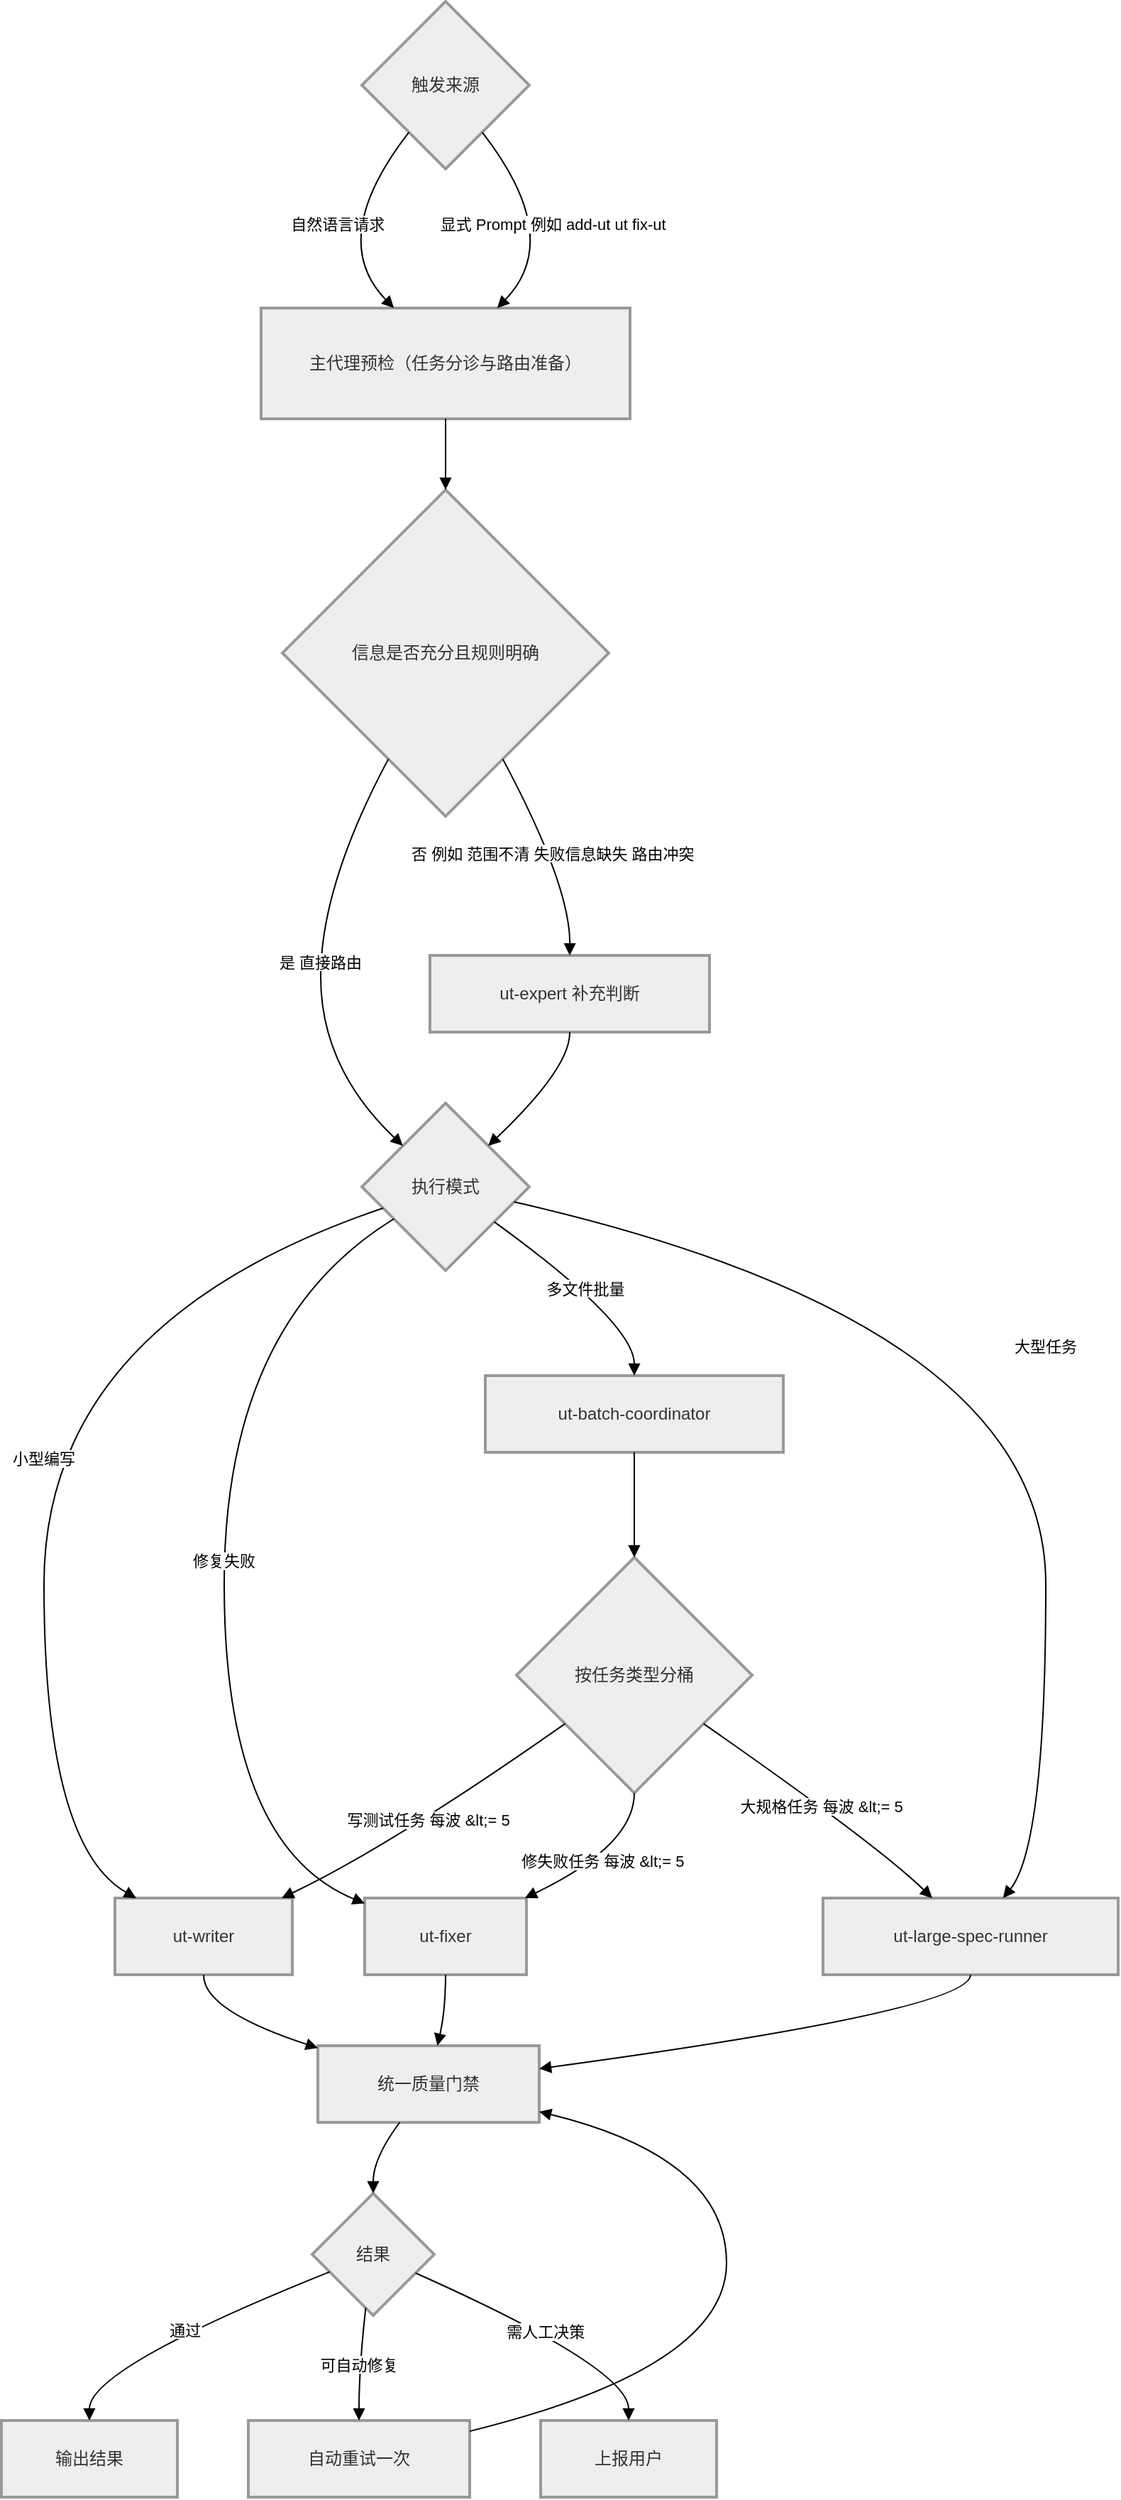
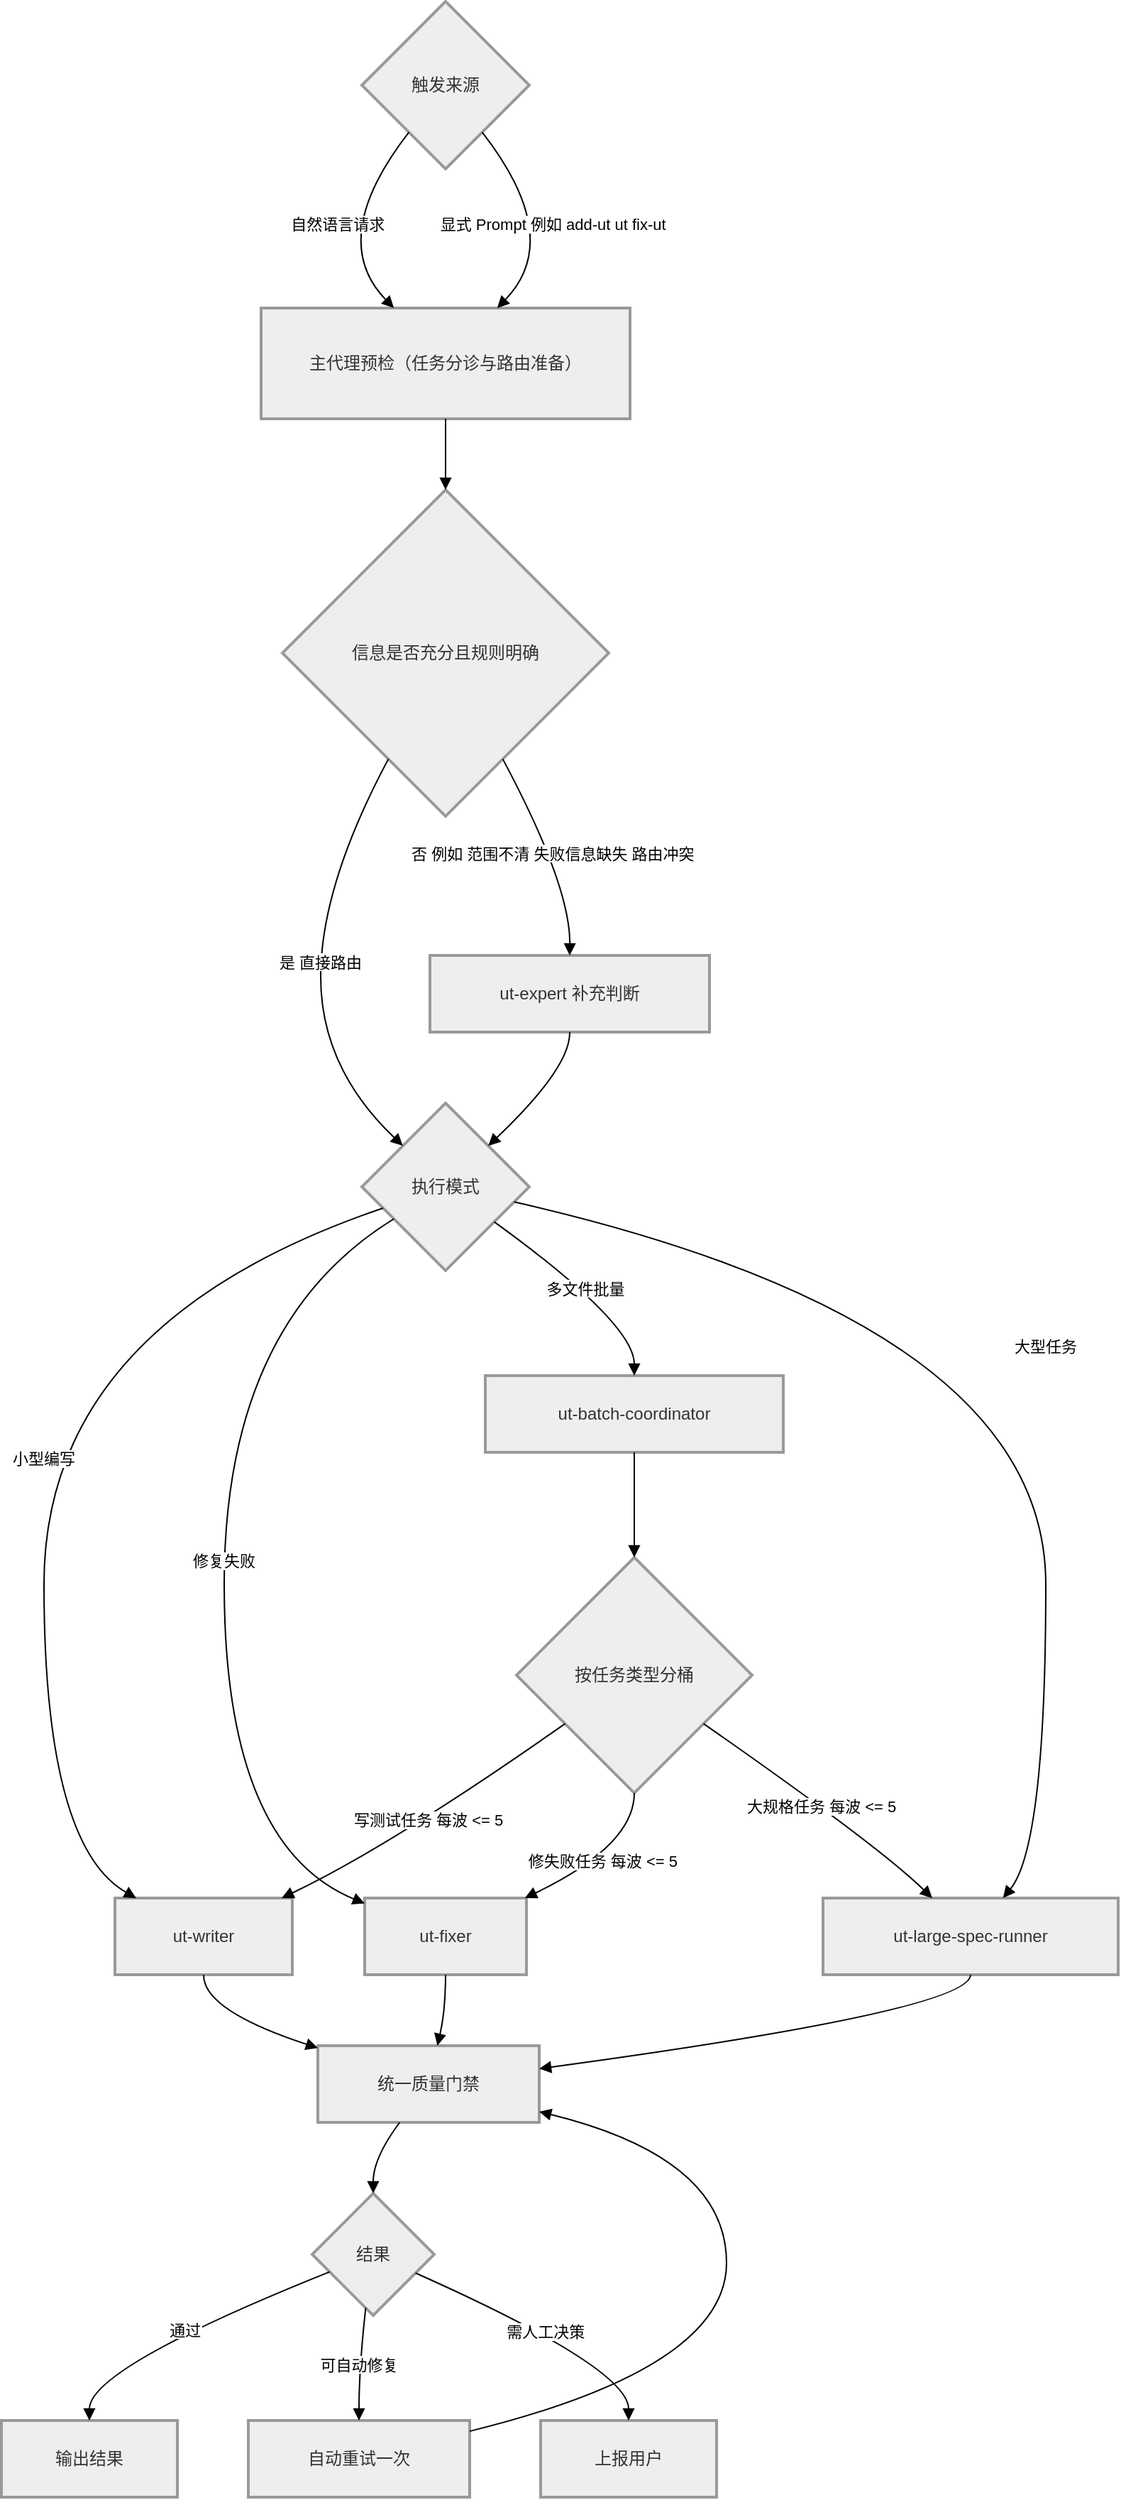
<mxfile host="app.diagrams.net" agent="Mozilla/5.0 (Macintosh; Intel Mac OS X 10_15_7) AppleWebKit/537.36 (KHTML, like Gecko) Chrome/143.0.0.0 Safari/537.36">
  <diagram name="Internal Redirect Flow" id="2J3nkDJ7qeHvC5NDcAtH">
-     <mxGraphModel dx="1417" dy="701" grid="1" gridSize="10" guides="1" tooltips="1" connect="1" arrows="1" fold="1" page="1" pageScale="1" pageWidth="690" pageHeight="980" math="0" shadow="0">
+     <mxGraphModel dx="843" dy="490" grid="1" gridSize="10" guides="1" tooltips="1" connect="1" arrows="1" fold="1" page="1" pageScale="1" pageWidth="690" pageHeight="980" math="0" shadow="0">
      <root>
        <mxCell id="0" />
        <mxCell id="1" parent="0" />
        <mxCell id="_7TBvk8bXRR_RoxJOAMt-134" parent="1" style="rhombus;strokeWidth=2;whiteSpace=wrap;fillColor=light-dark(#eeeeee,#1f2020);strokeColor=light-dark(#999999,#cccccc);fontColor=light-dark(#333333,#cccccc);" value="触发来源" vertex="1">
          <mxGeometry height="118" width="118" x="304" y="810" as="geometry" />
        </mxCell>
        <mxCell id="_7TBvk8bXRR_RoxJOAMt-135" parent="1" style="whiteSpace=wrap;strokeWidth=2;fillColor=light-dark(#eeeeee,#1f2020);strokeColor=light-dark(#999999,#cccccc);fontColor=light-dark(#333333,#cccccc);" value="主代理预检（任务分诊与路由准备）" vertex="1">
          <mxGeometry height="78" width="260" x="233" y="1026" as="geometry" />
        </mxCell>
        <mxCell id="_7TBvk8bXRR_RoxJOAMt-136" parent="1" style="rhombus;strokeWidth=2;whiteSpace=wrap;fillColor=light-dark(#eeeeee,#1f2020);strokeColor=light-dark(#999999,#cccccc);fontColor=light-dark(#333333,#cccccc);" value="信息是否充分且规则明确" vertex="1">
          <mxGeometry height="230" width="230" x="248" y="1154" as="geometry" />
        </mxCell>
        <mxCell id="_7TBvk8bXRR_RoxJOAMt-137" parent="1" style="rhombus;strokeWidth=2;whiteSpace=wrap;fillColor=light-dark(#eeeeee,#1f2020);strokeColor=light-dark(#999999,#cccccc);fontColor=light-dark(#333333,#cccccc);" value="执行模式" vertex="1">
          <mxGeometry height="118" width="118" x="304" y="1586" as="geometry" />
        </mxCell>
        <mxCell id="_7TBvk8bXRR_RoxJOAMt-138" parent="1" style="whiteSpace=wrap;strokeWidth=2;fillColor=light-dark(#eeeeee,#1f2020);strokeColor=light-dark(#999999,#cccccc);fontColor=light-dark(#333333,#cccccc);" value="ut-expert 补充判断" vertex="1">
          <mxGeometry height="54" width="197" x="352" y="1482" as="geometry" />
        </mxCell>
        <mxCell id="_7TBvk8bXRR_RoxJOAMt-139" parent="1" style="whiteSpace=wrap;strokeWidth=2;fillColor=light-dark(#eeeeee,#1f2020);strokeColor=light-dark(#999999,#cccccc);fontColor=light-dark(#333333,#cccccc);" value="ut-writer" vertex="1">
          <mxGeometry height="54" width="125" x="130" y="2146" as="geometry" />
        </mxCell>
        <mxCell id="_7TBvk8bXRR_RoxJOAMt-140" parent="1" style="whiteSpace=wrap;strokeWidth=2;fillColor=light-dark(#eeeeee,#1f2020);strokeColor=light-dark(#999999,#cccccc);fontColor=light-dark(#333333,#cccccc);" value="ut-fixer" vertex="1">
          <mxGeometry height="54" width="114" x="306" y="2146" as="geometry" />
        </mxCell>
        <mxCell id="_7TBvk8bXRR_RoxJOAMt-141" parent="1" style="whiteSpace=wrap;strokeWidth=2;fillColor=light-dark(#eeeeee,#1f2020);strokeColor=light-dark(#999999,#cccccc);fontColor=light-dark(#333333,#cccccc);" value="ut-batch-coordinator" vertex="1">
          <mxGeometry height="54" width="210" x="391" y="1778" as="geometry" />
        </mxCell>
        <mxCell id="_7TBvk8bXRR_RoxJOAMt-142" parent="1" style="whiteSpace=wrap;strokeWidth=2;fillColor=light-dark(#eeeeee,#1f2020);strokeColor=light-dark(#999999,#cccccc);fontColor=light-dark(#333333,#cccccc);" value="ut-large-spec-runner" vertex="1">
          <mxGeometry height="54" width="208" x="629" y="2146" as="geometry" />
        </mxCell>
        <mxCell id="_7TBvk8bXRR_RoxJOAMt-143" parent="1" style="rhombus;strokeWidth=2;whiteSpace=wrap;fillColor=light-dark(#eeeeee,#1f2020);strokeColor=light-dark(#999999,#cccccc);fontColor=light-dark(#333333,#cccccc);" value="按任务类型分桶" vertex="1">
          <mxGeometry height="166" width="166" x="413" y="1906" as="geometry" />
        </mxCell>
        <mxCell id="_7TBvk8bXRR_RoxJOAMt-144" parent="1" style="whiteSpace=wrap;strokeWidth=2;fillColor=light-dark(#eeeeee,#1f2020);strokeColor=light-dark(#999999,#cccccc);fontColor=light-dark(#333333,#cccccc);" value="统一质量门禁" vertex="1">
          <mxGeometry height="54" width="156" x="273" y="2250" as="geometry" />
        </mxCell>
        <mxCell id="_7TBvk8bXRR_RoxJOAMt-145" parent="1" style="rhombus;strokeWidth=2;whiteSpace=wrap;fillColor=light-dark(#eeeeee,#1f2020);strokeColor=light-dark(#999999,#cccccc);fontColor=light-dark(#333333,#cccccc);" value="结果" vertex="1">
          <mxGeometry height="86" width="86" x="269" y="2354" as="geometry" />
        </mxCell>
        <mxCell id="_7TBvk8bXRR_RoxJOAMt-146" parent="1" style="whiteSpace=wrap;strokeWidth=2;fillColor=light-dark(#eeeeee,#1f2020);strokeColor=light-dark(#999999,#cccccc);fontColor=light-dark(#333333,#cccccc);" value="输出结果" vertex="1">
          <mxGeometry height="54" width="124" x="50" y="2514" as="geometry" />
        </mxCell>
        <mxCell id="_7TBvk8bXRR_RoxJOAMt-147" parent="1" style="whiteSpace=wrap;strokeWidth=2;fillColor=light-dark(#eeeeee,#1f2020);strokeColor=light-dark(#999999,#cccccc);fontColor=light-dark(#333333,#cccccc);" value="自动重试一次" vertex="1">
          <mxGeometry height="54" width="156" x="224" y="2514" as="geometry" />
        </mxCell>
        <mxCell id="_7TBvk8bXRR_RoxJOAMt-148" parent="1" style="whiteSpace=wrap;strokeWidth=2;fillColor=light-dark(#eeeeee,#1f2020);strokeColor=light-dark(#999999,#cccccc);fontColor=light-dark(#333333,#cccccc);" value="上报用户" vertex="1">
          <mxGeometry height="54" width="124" x="430" y="2514" as="geometry" />
        </mxCell>
        <mxCell id="_7TBvk8bXRR_RoxJOAMt-149" edge="1" parent="1" source="_7TBvk8bXRR_RoxJOAMt-134" style="curved=1;startArrow=none;endArrow=block;exitX=0.11;exitY=1;entryX=0.36;entryY=0;rounded=0;" target="_7TBvk8bXRR_RoxJOAMt-135" value="自然语言请求">
          <mxGeometry relative="1" as="geometry">
            <Array as="points">
              <mxPoint x="279" y="977" />
            </Array>
          </mxGeometry>
        </mxCell>
        <mxCell id="_7TBvk8bXRR_RoxJOAMt-150" edge="1" parent="1" source="_7TBvk8bXRR_RoxJOAMt-134" style="curved=1;startArrow=none;endArrow=block;exitX=0.89;exitY=1;entryX=0.64;entryY=0;rounded=0;" target="_7TBvk8bXRR_RoxJOAMt-135" value="显式 Prompt 例如 add-ut ut fix-ut">
          <mxGeometry relative="1" as="geometry">
            <Array as="points">
              <mxPoint x="447" y="977" />
            </Array>
          </mxGeometry>
        </mxCell>
        <mxCell id="_7TBvk8bXRR_RoxJOAMt-151" edge="1" parent="1" source="_7TBvk8bXRR_RoxJOAMt-135" style="curved=1;startArrow=none;endArrow=block;exitX=0.5;exitY=1;entryX=0.5;entryY=0;rounded=0;" target="_7TBvk8bXRR_RoxJOAMt-136" value="">
          <mxGeometry relative="1" as="geometry">
            <Array as="points" />
          </mxGeometry>
        </mxCell>
        <mxCell id="_7TBvk8bXRR_RoxJOAMt-152" edge="1" parent="1" source="_7TBvk8bXRR_RoxJOAMt-136" style="curved=1;startArrow=none;endArrow=block;exitX=0.23;exitY=1;entryX=0;entryY=0.02;rounded=0;" target="_7TBvk8bXRR_RoxJOAMt-137" value="是 直接路由">
          <mxGeometry relative="1" as="geometry">
            <Array as="points">
              <mxPoint x="275" y="1433" />
              <mxPoint x="275" y="1561" />
            </Array>
          </mxGeometry>
        </mxCell>
        <mxCell id="_7TBvk8bXRR_RoxJOAMt-153" edge="1" parent="1" source="_7TBvk8bXRR_RoxJOAMt-136" style="curved=1;startArrow=none;endArrow=block;exitX=0.77;exitY=1;entryX=0.5;entryY=0;rounded=0;" target="_7TBvk8bXRR_RoxJOAMt-138" value="否 例如 范围不清 失败信息缺失 路由冲突">
          <mxGeometry relative="1" as="geometry">
            <Array as="points">
              <mxPoint x="451" y="1433" />
            </Array>
          </mxGeometry>
        </mxCell>
        <mxCell id="_7TBvk8bXRR_RoxJOAMt-154" edge="1" parent="1" source="_7TBvk8bXRR_RoxJOAMt-138" style="curved=1;startArrow=none;endArrow=block;exitX=0.5;exitY=1;entryX=1;entryY=0.02;rounded=0;" target="_7TBvk8bXRR_RoxJOAMt-137" value="">
          <mxGeometry relative="1" as="geometry">
            <Array as="points">
              <mxPoint x="451" y="1561" />
            </Array>
          </mxGeometry>
        </mxCell>
        <mxCell id="_7TBvk8bXRR_RoxJOAMt-155" edge="1" parent="1" source="_7TBvk8bXRR_RoxJOAMt-137" style="curved=1;startArrow=none;endArrow=block;exitX=0;exitY=0.67;entryX=0.12;entryY=0;rounded=0;" target="_7TBvk8bXRR_RoxJOAMt-139" value="小型编写">
          <mxGeometry relative="1" as="geometry">
            <Array as="points">
              <mxPoint x="80" y="1741" />
              <mxPoint x="80" y="2109" />
            </Array>
          </mxGeometry>
        </mxCell>
        <mxCell id="_7TBvk8bXRR_RoxJOAMt-156" edge="1" parent="1" source="_7TBvk8bXRR_RoxJOAMt-137" style="curved=1;startArrow=none;endArrow=block;exitX=0;exitY=0.81;entryX=0;entryY=0.07;rounded=0;" target="_7TBvk8bXRR_RoxJOAMt-140" value="修复失败">
          <mxGeometry relative="1" as="geometry">
            <Array as="points">
              <mxPoint x="207" y="1741" />
              <mxPoint x="207" y="2109" />
            </Array>
          </mxGeometry>
        </mxCell>
        <mxCell id="_7TBvk8bXRR_RoxJOAMt-157" edge="1" parent="1" source="_7TBvk8bXRR_RoxJOAMt-137" style="curved=1;startArrow=none;endArrow=block;exitX=1;exitY=0.86;entryX=0.5;entryY=0;rounded=0;" target="_7TBvk8bXRR_RoxJOAMt-141" value="多文件批量">
          <mxGeometry relative="1" as="geometry">
            <Array as="points">
              <mxPoint x="496" y="1741" />
            </Array>
          </mxGeometry>
        </mxCell>
        <mxCell id="_7TBvk8bXRR_RoxJOAMt-158" edge="1" parent="1" source="_7TBvk8bXRR_RoxJOAMt-137" style="curved=1;startArrow=none;endArrow=block;exitX=1;exitY=0.61;entryX=0.61;entryY=0;rounded=0;" target="_7TBvk8bXRR_RoxJOAMt-142" value="大型任务">
          <mxGeometry relative="1" as="geometry">
            <Array as="points">
              <mxPoint x="786" y="1741" />
              <mxPoint x="786" y="2109" />
            </Array>
          </mxGeometry>
        </mxCell>
        <mxCell id="_7TBvk8bXRR_RoxJOAMt-159" edge="1" parent="1" source="_7TBvk8bXRR_RoxJOAMt-141" style="curved=1;startArrow=none;endArrow=block;exitX=0.5;exitY=1;entryX=0.5;entryY=0;rounded=0;" target="_7TBvk8bXRR_RoxJOAMt-143" value="">
          <mxGeometry relative="1" as="geometry">
            <Array as="points" />
          </mxGeometry>
        </mxCell>
-         <mxCell id="_7TBvk8bXRR_RoxJOAMt-160" edge="1" parent="1" source="_7TBvk8bXRR_RoxJOAMt-143" style="curved=1;startArrow=none;endArrow=block;exitX=0;exitY=0.85;entryX=0.94;entryY=0;rounded=0;" target="_7TBvk8bXRR_RoxJOAMt-139" value="写测试任务 每波 &amp;lt;= 5">
+         <mxCell id="_7TBvk8bXRR_RoxJOAMt-160" edge="1" parent="1" source="_7TBvk8bXRR_RoxJOAMt-143" style="curved=1;startArrow=none;endArrow=block;exitX=0;exitY=0.85;entryX=0.94;entryY=0;rounded=0;" target="_7TBvk8bXRR_RoxJOAMt-139" value="写测试任务 每波 &lt;= 5">
          <mxGeometry relative="1" as="geometry">
            <Array as="points">
              <mxPoint x="325" y="2109" />
            </Array>
          </mxGeometry>
        </mxCell>
-         <mxCell id="_7TBvk8bXRR_RoxJOAMt-161" edge="1" parent="1" source="_7TBvk8bXRR_RoxJOAMt-143" style="curved=1;startArrow=none;endArrow=block;exitX=0.5;exitY=1;entryX=0.99;entryY=0;rounded=0;" target="_7TBvk8bXRR_RoxJOAMt-140" value="修失败任务 每波 &amp;lt;= 5">
+         <mxCell id="_7TBvk8bXRR_RoxJOAMt-161" edge="1" parent="1" source="_7TBvk8bXRR_RoxJOAMt-143" style="curved=1;startArrow=none;endArrow=block;exitX=0.5;exitY=1;entryX=0.99;entryY=0;rounded=0;" target="_7TBvk8bXRR_RoxJOAMt-140" value="修失败任务 每波 &lt;= 5">
          <mxGeometry relative="1" as="geometry">
            <Array as="points">
              <mxPoint x="496" y="2109" />
            </Array>
          </mxGeometry>
        </mxCell>
-         <mxCell id="_7TBvk8bXRR_RoxJOAMt-162" edge="1" parent="1" source="_7TBvk8bXRR_RoxJOAMt-143" style="curved=1;startArrow=none;endArrow=block;exitX=1;exitY=0.85;entryX=0.37;entryY=0;rounded=0;" target="_7TBvk8bXRR_RoxJOAMt-142" value="大规格任务 每波 &amp;lt;= 5">
+         <mxCell id="_7TBvk8bXRR_RoxJOAMt-162" edge="1" parent="1" source="_7TBvk8bXRR_RoxJOAMt-143" style="curved=1;startArrow=none;endArrow=block;exitX=1;exitY=0.85;entryX=0.37;entryY=0;rounded=0;" target="_7TBvk8bXRR_RoxJOAMt-142" value="大规格任务 每波 &lt;= 5">
          <mxGeometry relative="1" as="geometry">
            <Array as="points">
              <mxPoint x="668" y="2109" />
            </Array>
          </mxGeometry>
        </mxCell>
        <mxCell id="_7TBvk8bXRR_RoxJOAMt-163" edge="1" parent="1" source="_7TBvk8bXRR_RoxJOAMt-139" style="curved=1;startArrow=none;endArrow=block;exitX=0.5;exitY=1;entryX=0;entryY=0.03;rounded=0;" target="_7TBvk8bXRR_RoxJOAMt-144" value="">
          <mxGeometry relative="1" as="geometry">
            <Array as="points">
              <mxPoint x="192" y="2225" />
            </Array>
          </mxGeometry>
        </mxCell>
        <mxCell id="_7TBvk8bXRR_RoxJOAMt-164" edge="1" parent="1" source="_7TBvk8bXRR_RoxJOAMt-140" style="curved=1;startArrow=none;endArrow=block;exitX=0.5;exitY=1;entryX=0.54;entryY=0;rounded=0;" target="_7TBvk8bXRR_RoxJOAMt-144" value="">
          <mxGeometry relative="1" as="geometry">
            <Array as="points">
              <mxPoint x="363" y="2225" />
            </Array>
          </mxGeometry>
        </mxCell>
        <mxCell id="_7TBvk8bXRR_RoxJOAMt-165" edge="1" parent="1" source="_7TBvk8bXRR_RoxJOAMt-142" style="curved=1;startArrow=none;endArrow=block;exitX=0.5;exitY=1;entryX=1;entryY=0.3;rounded=0;" target="_7TBvk8bXRR_RoxJOAMt-144" value="">
          <mxGeometry relative="1" as="geometry">
            <Array as="points">
              <mxPoint x="733" y="2225" />
            </Array>
          </mxGeometry>
        </mxCell>
        <mxCell id="_7TBvk8bXRR_RoxJOAMt-166" edge="1" parent="1" source="_7TBvk8bXRR_RoxJOAMt-144" style="curved=1;startArrow=none;endArrow=block;exitX=0.37;exitY=1;entryX=0.5;entryY=0;rounded=0;" target="_7TBvk8bXRR_RoxJOAMt-145" value="">
          <mxGeometry relative="1" as="geometry">
            <Array as="points">
              <mxPoint x="312" y="2329" />
            </Array>
          </mxGeometry>
        </mxCell>
        <mxCell id="_7TBvk8bXRR_RoxJOAMt-167" edge="1" parent="1" source="_7TBvk8bXRR_RoxJOAMt-145" style="curved=1;startArrow=none;endArrow=block;exitX=0;exitY=0.7;entryX=0.5;entryY=0;rounded=0;" target="_7TBvk8bXRR_RoxJOAMt-146" value="通过">
          <mxGeometry relative="1" as="geometry">
            <Array as="points">
              <mxPoint x="112" y="2477" />
            </Array>
          </mxGeometry>
        </mxCell>
        <mxCell id="_7TBvk8bXRR_RoxJOAMt-168" edge="1" parent="1" source="_7TBvk8bXRR_RoxJOAMt-145" style="curved=1;startArrow=none;endArrow=block;exitX=0.43;exitY=1;entryX=0.5;entryY=0;rounded=0;" target="_7TBvk8bXRR_RoxJOAMt-147" value="可自动修复">
          <mxGeometry relative="1" as="geometry">
            <Array as="points">
              <mxPoint x="302" y="2477" />
            </Array>
          </mxGeometry>
        </mxCell>
        <mxCell id="_7TBvk8bXRR_RoxJOAMt-169" edge="1" parent="1" source="_7TBvk8bXRR_RoxJOAMt-145" style="curved=1;startArrow=none;endArrow=block;exitX=1;exitY=0.72;entryX=0.5;entryY=0;rounded=0;" target="_7TBvk8bXRR_RoxJOAMt-148" value="需人工决策">
          <mxGeometry relative="1" as="geometry">
            <Array as="points">
              <mxPoint x="492" y="2477" />
            </Array>
          </mxGeometry>
        </mxCell>
        <mxCell id="_7TBvk8bXRR_RoxJOAMt-170" edge="1" parent="1" source="_7TBvk8bXRR_RoxJOAMt-147" style="curved=1;startArrow=none;endArrow=block;exitX=1;exitY=0.14;entryX=1;entryY=0.86;rounded=0;" target="_7TBvk8bXRR_RoxJOAMt-144" value="">
          <mxGeometry relative="1" as="geometry">
            <Array as="points">
              <mxPoint x="561" y="2477" />
              <mxPoint x="561" y="2329" />
            </Array>
          </mxGeometry>
        </mxCell>
      </root>
    </mxGraphModel>
  </diagram>
</mxfile>
